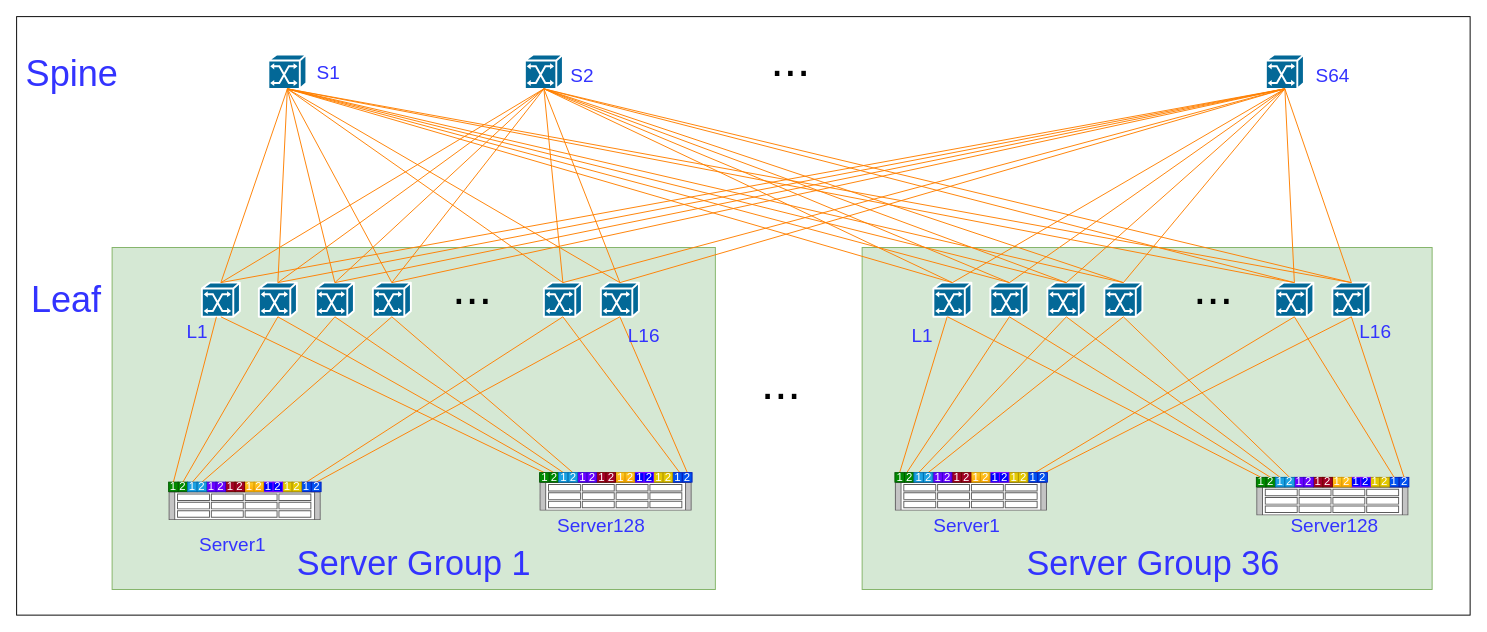
hel-2000/network-draw keeps this draw.io diagram as 3万卡-2层--单卡双口200G-盒框组网 的副本.drawio. Above is the earlier version. Source tidied: cells renumbered, new cells numbered last; positions are measured from the earlier drawing's top-left corner, leaving out a move shared by most shapes. Both pictures are drawn from the tidied source at 95%, with x=0, y=0 at pixel (16, 16).
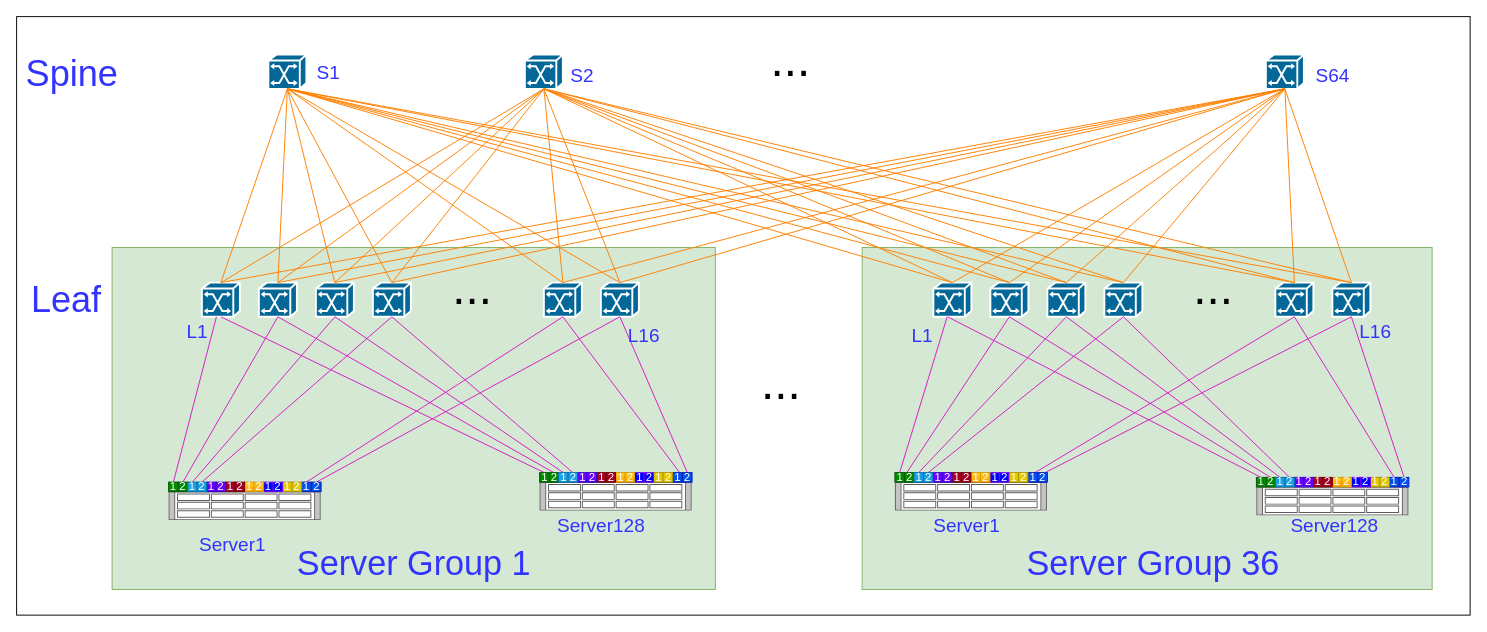
After the change.

Commit message (it also covers changes not shown here):
更新3万卡-2层--单卡双口200G-盒框组网 的副本.drawio

The change refers to these unchanged cells:
```xml
<mxCell id="5" style="shape=mxgraph.cisco.switches.atm_switch;sketch=0;html=1;dashed=0;fillColor=#036897;strokeColor=#ffffff;strokeWidth=2;verticalLabelPosition=bottom;verticalAlign=top;align=center;outlineConnect=0;" parent="1" vertex="1">
<mxCell id="7" style="shape=mxgraph.cisco.switches.atm_switch;sketch=0;html=1;dashed=0;fillColor=#036897;strokeColor=#ffffff;strokeWidth=2;verticalLabelPosition=bottom;verticalAlign=top;align=center;outlineConnect=0;" parent="1" vertex="1">
<mxCell id="8" style="shape=mxgraph.cisco.switches.atm_switch;sketch=0;html=1;dashed=0;fillColor=#036897;strokeColor=#ffffff;strokeWidth=2;verticalLabelPosition=bottom;verticalAlign=top;align=center;outlineConnect=0;" parent="1" vertex="1">
<mxCell id="9" style="shape=mxgraph.cisco.switches.atm_switch;sketch=0;html=1;dashed=0;fillColor=#036897;strokeColor=#ffffff;strokeWidth=2;verticalLabelPosition=bottom;verticalAlign=top;align=center;outlineConnect=0;" parent="1" vertex="1">
<mxCell id="10" style="shape=mxgraph.cisco.switches.atm_switch;sketch=0;html=1;dashed=0;fillColor=#036897;strokeColor=#ffffff;strokeWidth=2;verticalLabelPosition=bottom;verticalAlign=top;align=center;outlineConnect=0;" parent="1" vertex="1">
<mxCell id="11" style="shape=mxgraph.cisco.switches.atm_switch;sketch=0;html=1;dashed=0;fillColor=#036897;strokeColor=#ffffff;strokeWidth=2;verticalLabelPosition=bottom;verticalAlign=top;align=center;outlineConnect=0;" parent="1" vertex="1">
<mxCell id="23" style="shape=mxgraph.cisco.switches.atm_switch;sketch=0;html=1;dashed=0;fillColor=#036897;strokeColor=#ffffff;strokeWidth=2;verticalLabelPosition=bottom;verticalAlign=top;align=center;outlineConnect=0;" parent="1" vertex="1">
<mxCell id="25" style="shape=mxgraph.cisco.switches.atm_switch;sketch=0;html=1;dashed=0;fillColor=#036897;strokeColor=#ffffff;strokeWidth=2;verticalLabelPosition=bottom;verticalAlign=top;align=center;outlineConnect=0;" parent="1" vertex="1">
<mxCell id="26" style="shape=mxgraph.cisco.switches.atm_switch;sketch=0;html=1;dashed=0;fillColor=#036897;strokeColor=#ffffff;strokeWidth=2;verticalLabelPosition=bottom;verticalAlign=top;align=center;outlineConnect=0;" parent="1" vertex="1">
<mxCell id="27" style="shape=mxgraph.cisco.switches.atm_switch;sketch=0;html=1;dashed=0;fillColor=#036897;strokeColor=#ffffff;strokeWidth=2;verticalLabelPosition=bottom;verticalAlign=top;align=center;outlineConnect=0;" parent="1" vertex="1">
<mxCell id="28" style="shape=mxgraph.cisco.switches.atm_switch;sketch=0;html=1;dashed=0;fillColor=#036897;strokeColor=#ffffff;strokeWidth=2;verticalLabelPosition=bottom;verticalAlign=top;align=center;outlineConnect=0;" parent="1" vertex="1">
<mxCell id="29" style="shape=mxgraph.cisco.switches.atm_switch;sketch=0;html=1;dashed=0;fillColor=#036897;strokeColor=#ffffff;strokeWidth=2;verticalLabelPosition=bottom;verticalAlign=top;align=center;outlineConnect=0;" parent="1" vertex="1">
<mxCell id="98" value="2" style="rounded=0;whiteSpace=wrap;html=1;fillColor=#008a00;strokeColor=#005700;fontColor=#ffffff;" parent="1" vertex="1">
<mxCell id="101" value="1" style="rounded=0;whiteSpace=wrap;html=1;fillColor=#1ba1e2;strokeColor=#006EAF;fontColor=#ffffff;" parent="1" vertex="1">
<mxCell id="105" value="1" style="rounded=0;whiteSpace=wrap;html=1;fillColor=#0050ef;strokeColor=#001DBC;fontColor=#ffffff;" parent="1" vertex="1">
<mxCell id="106" value="1" style="rounded=0;whiteSpace=wrap;html=1;fillColor=#008a00;strokeColor=#005700;fontColor=#ffffff;align=center;verticalAlign=middle;fontFamily=Helvetica;fontSize=12;" parent="1" vertex="1">
<mxCell id="107" value="2" style="rounded=0;whiteSpace=wrap;html=1;fillColor=#1ba1e2;strokeColor=#006EAF;fontColor=#ffffff;" parent="1" vertex="1">
<mxCell id="113" value="2" style="rounded=0;whiteSpace=wrap;html=1;fillColor=#0050ef;strokeColor=#001DBC;fontColor=#ffffff;" parent="1" vertex="1">
<mxCell id="115" value="2" style="rounded=0;whiteSpace=wrap;html=1;fillColor=#008a00;strokeColor=#005700;fontColor=#ffffff;" parent="1" vertex="1">
<mxCell id="118" value="1" style="rounded=0;whiteSpace=wrap;html=1;fillColor=#1ba1e2;strokeColor=#006EAF;fontColor=#ffffff;" parent="1" vertex="1">
<mxCell id="122" value="1" style="rounded=0;whiteSpace=wrap;html=1;fillColor=#0050ef;strokeColor=#001DBC;fontColor=#ffffff;" parent="1" vertex="1">
<mxCell id="123" value="1" style="rounded=0;whiteSpace=wrap;html=1;fillColor=#008a00;strokeColor=#005700;fontColor=#ffffff;align=center;verticalAlign=middle;fontFamily=Helvetica;fontSize=12;" parent="1" vertex="1">
<mxCell id="124" value="2" style="rounded=0;whiteSpace=wrap;html=1;fillColor=#1ba1e2;strokeColor=#006EAF;fontColor=#ffffff;" parent="1" vertex="1">
<mxCell id="130" value="2" style="rounded=0;whiteSpace=wrap;html=1;fillColor=#0050ef;strokeColor=#001DBC;fontColor=#ffffff;" parent="1" vertex="1">
<mxCell id="132" value="2" style="rounded=0;whiteSpace=wrap;html=1;fillColor=#008a00;strokeColor=#005700;fontColor=#ffffff;" parent="1" vertex="1">
<mxCell id="135" value="1" style="rounded=0;whiteSpace=wrap;html=1;fillColor=#1ba1e2;strokeColor=#006EAF;fontColor=#ffffff;" parent="1" vertex="1">
<mxCell id="139" value="1" style="rounded=0;whiteSpace=wrap;html=1;fillColor=#0050ef;strokeColor=#001DBC;fontColor=#ffffff;" parent="1" vertex="1">
<mxCell id="140" value="1" style="rounded=0;whiteSpace=wrap;html=1;fillColor=#008a00;strokeColor=#005700;fontColor=#ffffff;align=center;verticalAlign=middle;fontFamily=Helvetica;fontSize=12;" parent="1" vertex="1">
<mxCell id="141" value="2" style="rounded=0;whiteSpace=wrap;html=1;fillColor=#1ba1e2;strokeColor=#006EAF;fontColor=#ffffff;" parent="1" vertex="1">
<mxCell id="147" value="2" style="rounded=0;whiteSpace=wrap;html=1;fillColor=#0050ef;strokeColor=#001DBC;fontColor=#ffffff;" parent="1" vertex="1">
<mxCell id="149" value="2" style="rounded=0;whiteSpace=wrap;html=1;fillColor=#008a00;strokeColor=#005700;fontColor=#ffffff;" parent="1" vertex="1">
<mxCell id="152" value="1" style="rounded=0;whiteSpace=wrap;html=1;fillColor=#1ba1e2;strokeColor=#006EAF;fontColor=#ffffff;" parent="1" vertex="1">
<mxCell id="156" value="1" style="rounded=0;whiteSpace=wrap;html=1;fillColor=#0050ef;strokeColor=#001DBC;fontColor=#ffffff;" parent="1" vertex="1">
<mxCell id="157" value="1" style="rounded=0;whiteSpace=wrap;html=1;fillColor=#008a00;strokeColor=#005700;fontColor=#ffffff;align=center;verticalAlign=middle;fontFamily=Helvetica;fontSize=12;" parent="1" vertex="1">
<mxCell id="158" value="2" style="rounded=0;whiteSpace=wrap;html=1;fillColor=#1ba1e2;strokeColor=#006EAF;fontColor=#ffffff;" parent="1" vertex="1">
<mxCell id="164" value="2" style="rounded=0;whiteSpace=wrap;html=1;fillColor=#0050ef;strokeColor=#001DBC;fontColor=#ffffff;" parent="1" vertex="1">
```

The edit, as a diff of the source:
```diff
@@
-    <mxCell id="6" style="rounded=0;jettySize=auto;html=1;exitX=0.5;exitY=0;exitDx=0;exitDy=0;startArrow=none;startFill=0;strokeWidth=1;endArrow=none;endFill=0;strokeColor=#FF8000;" parent="1" edge="1" source="106" target="5">
+    <mxCell id="6" style="rounded=0;jettySize=auto;html=1;exitX=0.5;exitY=0;exitDx=0;exitDy=0;startArrow=none;startFill=0;strokeWidth=1;endArrow=none;endFill=0;strokeColor=#D51AC6;align=center;verticalAlign=middle;fontFamily=Helvetica;fontSize=11;fontColor=default;labelBackgroundColor=default;" parent="1" edge="1" source="106" target="5">
       <mxGeometry relative="1" as="geometry" />
     </mxCell>
@@
-    <mxCell id="12" style="rounded=0;jettySize=auto;html=1;startArrow=none;startFill=0;strokeWidth=1;endArrow=none;endFill=0;strokeColor=#FF8000;entryX=0.5;entryY=1;entryDx=0;entryDy=0;entryPerimeter=0;exitX=0.5;exitY=0;exitDx=0;exitDy=0;" parent="1" edge="1" source="98" target="7">
+    <mxCell id="12" style="rounded=0;jettySize=auto;html=1;startArrow=none;startFill=0;strokeWidth=1;endArrow=none;endFill=0;strokeColor=#D51AC6;entryX=0.5;entryY=1;entryDx=0;entryDy=0;entryPerimeter=0;exitX=0.5;exitY=0;exitDx=0;exitDy=0;align=center;verticalAlign=middle;fontFamily=Helvetica;fontSize=11;fontColor=default;labelBackgroundColor=default;" parent="1" edge="1" source="98" target="7">
       <mxGeometry relative="1" as="geometry" />
     </mxCell>
-    <mxCell id="13" style="rounded=0;jettySize=auto;html=1;startArrow=none;startFill=0;strokeWidth=1;endArrow=none;endFill=0;strokeColor=#FF8000;entryX=0.5;entryY=1;entryDx=0;entryDy=0;entryPerimeter=0;exitX=0.5;exitY=0;exitDx=0;exitDy=0;" parent="1" edge="1" source="101" target="8">
+    <mxCell id="13" style="rounded=0;jettySize=auto;html=1;startArrow=none;startFill=0;strokeWidth=1;endArrow=none;endFill=0;strokeColor=#D51AC6;entryX=0.5;entryY=1;entryDx=0;entryDy=0;entryPerimeter=0;exitX=0.5;exitY=0;exitDx=0;exitDy=0;align=center;verticalAlign=middle;fontFamily=Helvetica;fontSize=11;fontColor=default;labelBackgroundColor=default;" parent="1" edge="1" source="101" target="8">
       <mxGeometry relative="1" as="geometry" />
     </mxCell>
-    <mxCell id="14" style="rounded=0;jettySize=auto;html=1;startArrow=none;startFill=0;strokeWidth=1;endArrow=none;endFill=0;strokeColor=#FF8000;entryX=0.5;entryY=1;entryDx=0;entryDy=0;entryPerimeter=0;exitX=0.5;exitY=0;exitDx=0;exitDy=0;" parent="1" edge="1" source="107" target="9">
+    <mxCell id="14" style="rounded=0;jettySize=auto;html=1;startArrow=none;startFill=0;strokeWidth=1;endArrow=none;endFill=0;strokeColor=#D51AC6;entryX=0.5;entryY=1;entryDx=0;entryDy=0;entryPerimeter=0;exitX=0.5;exitY=0;exitDx=0;exitDy=0;align=center;verticalAlign=middle;fontFamily=Helvetica;fontSize=11;fontColor=default;labelBackgroundColor=default;" parent="1" edge="1" source="107" target="9">
       <mxGeometry relative="1" as="geometry" />
     </mxCell>
-    <mxCell id="15" style="rounded=0;jettySize=auto;html=1;startArrow=none;startFill=0;strokeWidth=1;endArrow=none;endFill=0;strokeColor=#FF8000;entryX=0.5;entryY=1;entryDx=0;entryDy=0;entryPerimeter=0;exitX=0.5;exitY=0;exitDx=0;exitDy=0;" parent="1" edge="1" source="105" target="10">
+    <mxCell id="15" style="rounded=0;jettySize=auto;html=1;startArrow=none;startFill=0;strokeWidth=1;endArrow=none;endFill=0;strokeColor=#D51AC6;entryX=0.5;entryY=1;entryDx=0;entryDy=0;entryPerimeter=0;exitX=0.5;exitY=0;exitDx=0;exitDy=0;align=center;verticalAlign=middle;fontFamily=Helvetica;fontSize=11;fontColor=default;labelBackgroundColor=default;" parent="1" edge="1" source="105" target="10">
       <mxGeometry relative="1" as="geometry" />
     </mxCell>
-    <mxCell id="16" style="rounded=0;jettySize=auto;html=1;startArrow=none;startFill=0;strokeWidth=1;endArrow=none;endFill=0;strokeColor=#FF8000;entryX=0.5;entryY=1;entryDx=0;entryDy=0;entryPerimeter=0;exitX=0.5;exitY=0;exitDx=0;exitDy=0;" parent="1" edge="1" source="113" target="11">
+    <mxCell id="16" style="rounded=0;jettySize=auto;html=1;startArrow=none;startFill=0;strokeWidth=1;endArrow=none;endFill=0;strokeColor=#D51AC6;entryX=0.5;entryY=1;entryDx=0;entryDy=0;entryPerimeter=0;exitX=0.5;exitY=0;exitDx=0;exitDy=0;align=center;verticalAlign=middle;fontFamily=Helvetica;fontSize=11;fontColor=default;labelBackgroundColor=default;" parent="1" edge="1" source="113" target="11">
       <mxGeometry relative="1" as="geometry" />
     </mxCell>
-    <mxCell id="17" style="rounded=0;jettySize=auto;html=1;startArrow=none;startFill=0;strokeWidth=1;endArrow=none;endFill=0;strokeColor=#FF8000;entryX=0.5;entryY=1;entryDx=0;entryDy=0;entryPerimeter=0;exitX=0.5;exitY=0;exitDx=0;exitDy=0;" parent="1" edge="1" source="130" target="11">
+    <mxCell id="17" style="rounded=0;jettySize=auto;html=1;startArrow=none;startFill=0;strokeWidth=1;endArrow=none;endFill=0;strokeColor=#D51AC6;entryX=0.5;entryY=1;entryDx=0;entryDy=0;entryPerimeter=0;exitX=0.5;exitY=0;exitDx=0;exitDy=0;align=center;verticalAlign=middle;fontFamily=Helvetica;fontSize=11;fontColor=default;labelBackgroundColor=default;" parent="1" edge="1" source="130" target="11">
       <mxGeometry relative="1" as="geometry" />
     </mxCell>
-    <mxCell id="18" style="rounded=0;jettySize=auto;html=1;startArrow=none;startFill=0;strokeWidth=1;endArrow=none;endFill=0;strokeColor=#FF8000;entryX=0.5;entryY=1;entryDx=0;entryDy=0;entryPerimeter=0;exitX=0.75;exitY=0;exitDx=0;exitDy=0;" parent="1" edge="1" source="122" target="10">
+    <mxCell id="18" style="rounded=0;jettySize=auto;html=1;startArrow=none;startFill=0;strokeWidth=1;endArrow=none;endFill=0;strokeColor=#D51AC6;entryX=0.5;entryY=1;entryDx=0;entryDy=0;entryPerimeter=0;exitX=0.75;exitY=0;exitDx=0;exitDy=0;align=center;verticalAlign=middle;fontFamily=Helvetica;fontSize=11;fontColor=default;labelBackgroundColor=default;" parent="1" edge="1" source="122" target="10">
       <mxGeometry relative="1" as="geometry" />
     </mxCell>
-    <mxCell id="19" style="rounded=0;jettySize=auto;html=1;startArrow=none;startFill=0;strokeWidth=1;endArrow=none;endFill=0;strokeColor=#FF8000;entryX=0.5;entryY=1;entryDx=0;entryDy=0;entryPerimeter=0;exitX=0.5;exitY=0;exitDx=0;exitDy=0;" parent="1" edge="1" source="124" target="9">
+    <mxCell id="19" style="rounded=0;jettySize=auto;html=1;startArrow=none;startFill=0;strokeWidth=1;endArrow=none;endFill=0;strokeColor=#D51AC6;entryX=0.5;entryY=1;entryDx=0;entryDy=0;entryPerimeter=0;exitX=0.5;exitY=0;exitDx=0;exitDy=0;align=center;verticalAlign=middle;fontFamily=Helvetica;fontSize=11;fontColor=default;labelBackgroundColor=default;" parent="1" edge="1" source="124" target="9">
       <mxGeometry relative="1" as="geometry" />
     </mxCell>
-    <mxCell id="20" style="rounded=0;jettySize=auto;html=1;startArrow=none;startFill=0;strokeWidth=1;endArrow=none;endFill=0;strokeColor=#FF8000;entryX=0.5;entryY=1;entryDx=0;entryDy=0;entryPerimeter=0;exitX=0.5;exitY=0;exitDx=0;exitDy=0;" parent="1" edge="1" source="118" target="8">
+    <mxCell id="20" style="rounded=0;jettySize=auto;html=1;startArrow=none;startFill=0;strokeWidth=1;endArrow=none;endFill=0;strokeColor=#D51AC6;entryX=0.5;entryY=1;entryDx=0;entryDy=0;entryPerimeter=0;exitX=0.5;exitY=0;exitDx=0;exitDy=0;align=center;verticalAlign=middle;fontFamily=Helvetica;fontSize=11;fontColor=default;labelBackgroundColor=default;" parent="1" edge="1" source="118" target="8">
       <mxGeometry relative="1" as="geometry" />
     </mxCell>
-    <mxCell id="21" style="rounded=0;jettySize=auto;html=1;startArrow=none;startFill=0;strokeWidth=1;endArrow=none;endFill=0;strokeColor=#FF8000;entryX=0.5;entryY=1;entryDx=0;entryDy=0;entryPerimeter=0;exitX=0.5;exitY=0;exitDx=0;exitDy=0;" parent="1" edge="1" source="115" target="7">
+    <mxCell id="21" style="rounded=0;jettySize=auto;html=1;startArrow=none;startFill=0;strokeWidth=1;endArrow=none;endFill=0;strokeColor=#D51AC6;entryX=0.5;entryY=1;entryDx=0;entryDy=0;entryPerimeter=0;exitX=0.5;exitY=0;exitDx=0;exitDy=0;align=center;verticalAlign=middle;fontFamily=Helvetica;fontSize=11;fontColor=default;labelBackgroundColor=default;" parent="1" edge="1" source="115" target="7">
       <mxGeometry relative="1" as="geometry" />
     </mxCell>
-    <mxCell id="22" style="rounded=0;jettySize=auto;html=1;startArrow=none;startFill=0;strokeWidth=1;endArrow=none;endFill=0;strokeColor=#FF8000;entryX=0.5;entryY=1;entryDx=0;entryDy=0;entryPerimeter=0;exitX=0.5;exitY=0;exitDx=0;exitDy=0;" parent="1" edge="1" source="123" target="5">
+    <mxCell id="22" style="rounded=0;jettySize=auto;html=1;startArrow=none;startFill=0;strokeWidth=1;endArrow=none;endFill=0;strokeColor=#D51AC6;entryX=0.5;entryY=1;entryDx=0;entryDy=0;entryPerimeter=0;exitX=0.5;exitY=0;exitDx=0;exitDy=0;align=center;verticalAlign=middle;fontFamily=Helvetica;fontSize=11;fontColor=default;labelBackgroundColor=default;" parent="1" edge="1" source="123" target="5">
       <mxGeometry relative="1" as="geometry" />
     </mxCell>
@@
-    <mxCell id="24" style="rounded=0;jettySize=auto;html=1;exitX=0.5;exitY=0;exitDx=0;exitDy=0;startArrow=none;startFill=0;strokeWidth=1;endArrow=none;endFill=0;strokeColor=#FF8000;" parent="1" edge="1" source="140" target="23">
+    <mxCell id="24" style="rounded=0;jettySize=auto;html=1;exitX=0.5;exitY=0;exitDx=0;exitDy=0;startArrow=none;startFill=0;strokeWidth=1;endArrow=none;endFill=0;strokeColor=#D51AC6;align=center;verticalAlign=middle;fontFamily=Helvetica;fontSize=11;fontColor=default;labelBackgroundColor=default;" parent="1" edge="1" source="140" target="23">
       <mxGeometry relative="1" as="geometry" />
     </mxCell>
@@
-    <mxCell id="30" style="rounded=0;jettySize=auto;html=1;startArrow=none;startFill=0;strokeWidth=1;endArrow=none;endFill=0;strokeColor=#FF8000;entryX=0.5;entryY=1;entryDx=0;entryDy=0;entryPerimeter=0;exitX=0.25;exitY=0;exitDx=0;exitDy=0;" parent="1" edge="1" source="132" target="25">
+    <mxCell id="30" style="rounded=0;jettySize=auto;html=1;startArrow=none;startFill=0;strokeWidth=1;endArrow=none;endFill=0;strokeColor=#D51AC6;entryX=0.5;entryY=1;entryDx=0;entryDy=0;entryPerimeter=0;exitX=0.25;exitY=0;exitDx=0;exitDy=0;align=center;verticalAlign=middle;fontFamily=Helvetica;fontSize=11;fontColor=default;labelBackgroundColor=default;" parent="1" edge="1" source="132" target="25">
       <mxGeometry relative="1" as="geometry" />
     </mxCell>
-    <mxCell id="31" style="rounded=0;jettySize=auto;html=1;startArrow=none;startFill=0;strokeWidth=1;endArrow=none;endFill=0;strokeColor=#FF8000;entryX=0.5;entryY=1;entryDx=0;entryDy=0;entryPerimeter=0;exitX=0.5;exitY=0;exitDx=0;exitDy=0;" parent="1" edge="1" source="135" target="26">
+    <mxCell id="31" style="rounded=0;jettySize=auto;html=1;startArrow=none;startFill=0;strokeWidth=1;endArrow=none;endFill=0;strokeColor=#D51AC6;entryX=0.5;entryY=1;entryDx=0;entryDy=0;entryPerimeter=0;exitX=0.5;exitY=0;exitDx=0;exitDy=0;align=center;verticalAlign=middle;fontFamily=Helvetica;fontSize=11;fontColor=default;labelBackgroundColor=default;" parent="1" edge="1" source="135" target="26">
       <mxGeometry relative="1" as="geometry" />
     </mxCell>
-    <mxCell id="32" style="rounded=0;jettySize=auto;html=1;startArrow=none;startFill=0;strokeWidth=1;endArrow=none;endFill=0;strokeColor=#FF8000;entryX=0.5;entryY=1;entryDx=0;entryDy=0;entryPerimeter=0;exitX=0.5;exitY=0;exitDx=0;exitDy=0;" parent="1" edge="1" source="141" target="27">
+    <mxCell id="32" style="rounded=0;jettySize=auto;html=1;startArrow=none;startFill=0;strokeWidth=1;endArrow=none;endFill=0;strokeColor=#D51AC6;entryX=0.5;entryY=1;entryDx=0;entryDy=0;entryPerimeter=0;exitX=0.5;exitY=0;exitDx=0;exitDy=0;align=center;verticalAlign=middle;fontFamily=Helvetica;fontSize=11;fontColor=default;labelBackgroundColor=default;" parent="1" edge="1" source="141" target="27">
       <mxGeometry relative="1" as="geometry" />
     </mxCell>
-    <mxCell id="33" style="rounded=0;jettySize=auto;html=1;startArrow=none;startFill=0;strokeWidth=1;endArrow=none;endFill=0;strokeColor=#FF8000;entryX=0.5;entryY=1;entryDx=0;entryDy=0;entryPerimeter=0;exitX=0.75;exitY=0;exitDx=0;exitDy=0;" parent="1" edge="1" source="139" target="28">
+    <mxCell id="33" style="rounded=0;jettySize=auto;html=1;startArrow=none;startFill=0;strokeWidth=1;endArrow=none;endFill=0;strokeColor=#D51AC6;entryX=0.5;entryY=1;entryDx=0;entryDy=0;entryPerimeter=0;exitX=0.75;exitY=0;exitDx=0;exitDy=0;align=center;verticalAlign=middle;fontFamily=Helvetica;fontSize=11;fontColor=default;labelBackgroundColor=default;" parent="1" edge="1" source="139" target="28">
       <mxGeometry relative="1" as="geometry" />
     </mxCell>
-    <mxCell id="34" style="rounded=0;jettySize=auto;html=1;startArrow=none;startFill=0;strokeWidth=1;endArrow=none;endFill=0;strokeColor=#FF8000;entryX=0.5;entryY=1;entryDx=0;entryDy=0;entryPerimeter=0;exitX=0.75;exitY=0;exitDx=0;exitDy=0;" parent="1" edge="1" source="147" target="29">
+    <mxCell id="34" style="rounded=0;jettySize=auto;html=1;startArrow=none;startFill=0;strokeWidth=1;endArrow=none;endFill=0;strokeColor=#D51AC6;entryX=0.5;entryY=1;entryDx=0;entryDy=0;entryPerimeter=0;exitX=0.75;exitY=0;exitDx=0;exitDy=0;align=center;verticalAlign=middle;fontFamily=Helvetica;fontSize=11;fontColor=default;labelBackgroundColor=default;" parent="1" edge="1" source="147" target="29">
       <mxGeometry relative="1" as="geometry" />
     </mxCell>
-    <mxCell id="35" style="rounded=0;jettySize=auto;html=1;startArrow=none;startFill=0;strokeWidth=1;endArrow=none;endFill=0;strokeColor=#FF8000;entryX=0.5;entryY=1;entryDx=0;entryDy=0;entryPerimeter=0;exitX=0.5;exitY=0;exitDx=0;exitDy=0;" parent="1" edge="1" source="164" target="29">
+    <mxCell id="35" style="rounded=0;jettySize=auto;html=1;startArrow=none;startFill=0;strokeWidth=1;endArrow=none;endFill=0;strokeColor=#D51AC6;entryX=0.5;entryY=1;entryDx=0;entryDy=0;entryPerimeter=0;exitX=0.5;exitY=0;exitDx=0;exitDy=0;align=center;verticalAlign=middle;fontFamily=Helvetica;fontSize=11;fontColor=default;labelBackgroundColor=default;" parent="1" edge="1" source="164" target="29">
       <mxGeometry relative="1" as="geometry" />
     </mxCell>
-    <mxCell id="36" style="rounded=0;jettySize=auto;html=1;startArrow=none;startFill=0;strokeWidth=1;endArrow=none;endFill=0;strokeColor=#FF8000;entryX=0.5;entryY=1;entryDx=0;entryDy=0;entryPerimeter=0;exitX=0.5;exitY=0;exitDx=0;exitDy=0;" parent="1" edge="1" source="156" target="28">
+    <mxCell id="36" style="rounded=0;jettySize=auto;html=1;startArrow=none;startFill=0;strokeWidth=1;endArrow=none;endFill=0;strokeColor=#D51AC6;entryX=0.5;entryY=1;entryDx=0;entryDy=0;entryPerimeter=0;exitX=0.5;exitY=0;exitDx=0;exitDy=0;align=center;verticalAlign=middle;fontFamily=Helvetica;fontSize=11;fontColor=default;labelBackgroundColor=default;" parent="1" edge="1" source="156" target="28">
       <mxGeometry relative="1" as="geometry" />
     </mxCell>
-    <mxCell id="37" style="rounded=0;jettySize=auto;html=1;startArrow=none;startFill=0;strokeWidth=1;endArrow=none;endFill=0;strokeColor=#FF8000;entryX=0.5;entryY=1;entryDx=0;entryDy=0;entryPerimeter=0;exitX=0.5;exitY=0;exitDx=0;exitDy=0;" parent="1" edge="1" source="158" target="27">
+    <mxCell id="37" style="rounded=0;jettySize=auto;html=1;startArrow=none;startFill=0;strokeWidth=1;endArrow=none;endFill=0;strokeColor=#D51AC6;entryX=0.5;entryY=1;entryDx=0;entryDy=0;entryPerimeter=0;exitX=0.5;exitY=0;exitDx=0;exitDy=0;align=center;verticalAlign=middle;fontFamily=Helvetica;fontSize=11;fontColor=default;labelBackgroundColor=default;" parent="1" edge="1" source="158" target="27">
       <mxGeometry relative="1" as="geometry" />
     </mxCell>
-    <mxCell id="38" style="rounded=0;jettySize=auto;html=1;startArrow=none;startFill=0;strokeWidth=1;endArrow=none;endFill=0;strokeColor=#FF8000;entryX=0.5;entryY=1;entryDx=0;entryDy=0;entryPerimeter=0;exitX=0.5;exitY=0;exitDx=0;exitDy=0;" parent="1" edge="1" source="152" target="26">
+    <mxCell id="38" style="rounded=0;jettySize=auto;html=1;startArrow=none;startFill=0;strokeWidth=1;endArrow=none;endFill=0;strokeColor=#D51AC6;entryX=0.5;entryY=1;entryDx=0;entryDy=0;entryPerimeter=0;exitX=0.5;exitY=0;exitDx=0;exitDy=0;align=center;verticalAlign=middle;fontFamily=Helvetica;fontSize=11;fontColor=default;labelBackgroundColor=default;" parent="1" edge="1" source="152" target="26">
       <mxGeometry relative="1" as="geometry" />
     </mxCell>
-    <mxCell id="39" style="rounded=0;jettySize=auto;html=1;startArrow=none;startFill=0;strokeWidth=1;endArrow=none;endFill=0;strokeColor=#FF8000;entryX=0.5;entryY=1;entryDx=0;entryDy=0;entryPerimeter=0;exitX=0.5;exitY=0;exitDx=0;exitDy=0;" parent="1" edge="1" source="149" target="25">
+    <mxCell id="39" style="rounded=0;jettySize=auto;html=1;startArrow=none;startFill=0;strokeWidth=1;endArrow=none;endFill=0;strokeColor=#D51AC6;entryX=0.5;entryY=1;entryDx=0;entryDy=0;entryPerimeter=0;exitX=0.5;exitY=0;exitDx=0;exitDy=0;align=center;verticalAlign=middle;fontFamily=Helvetica;fontSize=11;fontColor=default;labelBackgroundColor=default;" parent="1" edge="1" source="149" target="25">
       <mxGeometry relative="1" as="geometry" />
     </mxCell>
-    <mxCell id="40" style="rounded=0;jettySize=auto;html=1;startArrow=none;startFill=0;strokeWidth=1;endArrow=none;endFill=0;strokeColor=#FF8000;exitX=0.5;exitY=0;exitDx=0;exitDy=0;" parent="1" edge="1" source="157">
+    <mxCell id="40" style="rounded=0;jettySize=auto;html=1;startArrow=none;startFill=0;strokeWidth=1;endArrow=none;endFill=0;strokeColor=#D51AC6;exitX=0.5;exitY=0;exitDx=0;exitDy=0;align=center;verticalAlign=middle;fontFamily=Helvetica;fontSize=11;fontColor=default;labelBackgroundColor=default;" parent="1" edge="1" source="157">
       <mxGeometry relative="1" as="geometry">
         <mxPoint x="980" y="316" as="targetPoint" />
       </mxGeometry>
     </mxCell>
```
